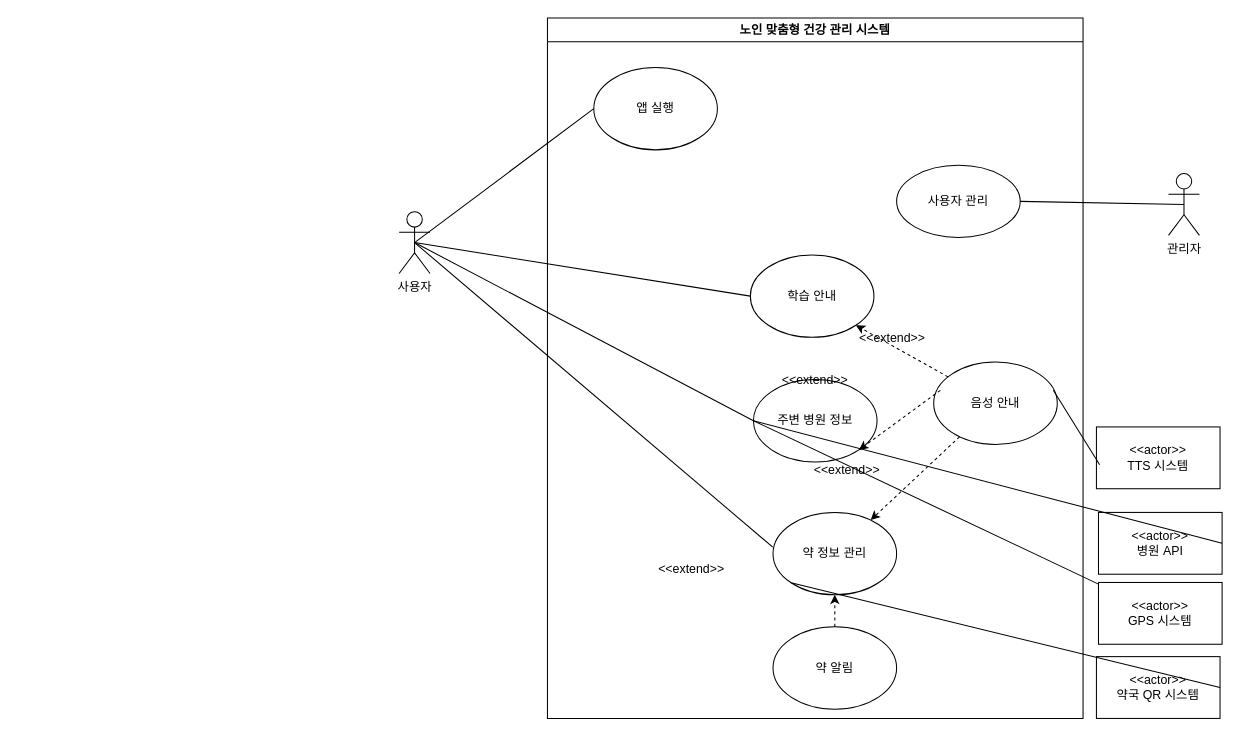
Earlier version of the draw.io diagram Untitled Diagram.drawio (wnthsk/sejujun). Source tidied: cells renumbered, new cells numbered last; positions are measured from the earlier drawing's top-left corner, leaving out a move shared by most shapes. Both pictures are drawn from the tidied source at 103%, with x=0, y=0 at pixel (399, 18).
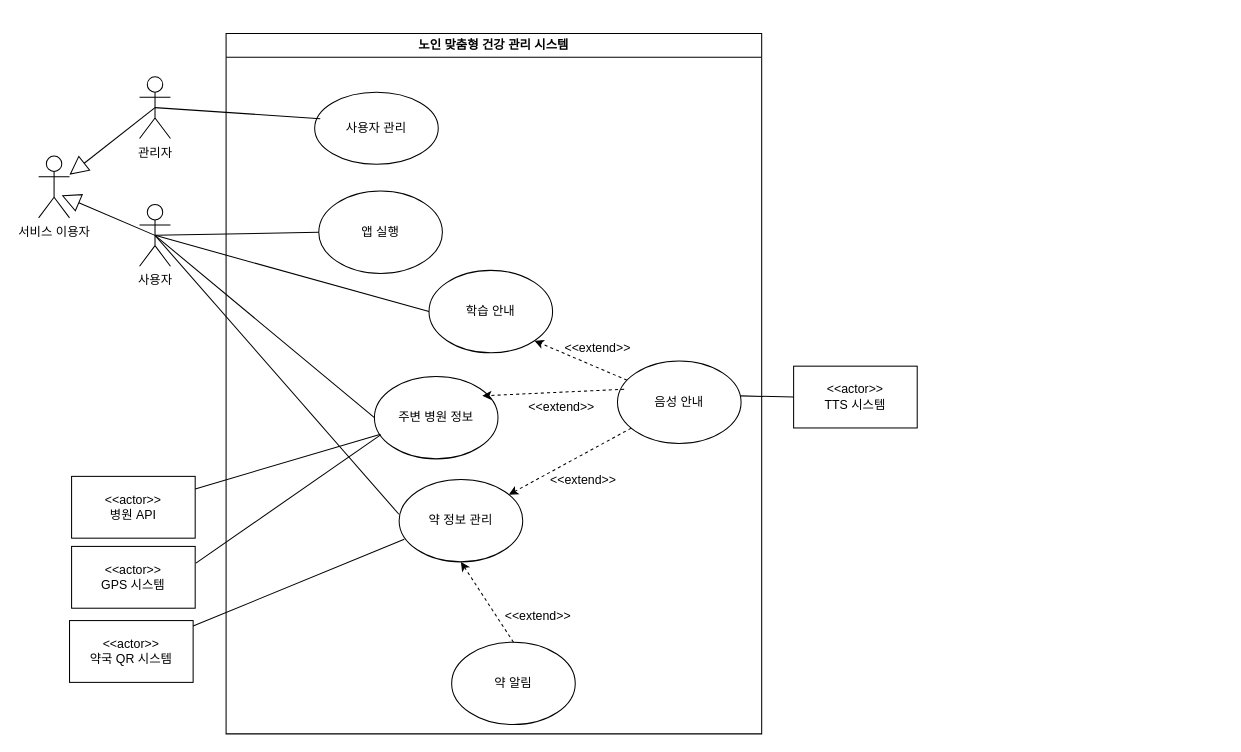
The same page after the edit.

The edit, as a diff of the source:
```diff
@@
     <mxCell id="2" value="노인 맞춤형 건강 관리 시스템" style="swimlane;whiteSpace=wrap;html=1;" parent="1" vertex="1">
-      <mxGeometry x="144" width="520" height="680" as="geometry" />
+      <mxGeometry x="-168" y="15" width="520" height="680" as="geometry" />
     </mxCell>
     <mxCell id="3" value="사용자 관리" style="ellipse;whiteSpace=wrap;html=1;" parent="2" vertex="1">
-      <mxGeometry x="339" y="143" width="120" height="70" as="geometry" />
+      <mxGeometry x="86" y="57" width="120" height="70" as="geometry" />
     </mxCell>
     <mxCell id="4" value="음성 안내" style="ellipse;whiteSpace=wrap;html=1;" parent="2" vertex="1">
-      <mxGeometry x="375" y="334" width="120" height="80" as="geometry" />
+      <mxGeometry x="380" y="318" width="120" height="80" as="geometry" />
     </mxCell>
@@
     <mxCell id="6" value="주변 병원 정보" style="ellipse;whiteSpace=wrap;html=1;" parent="2" vertex="1">
-      <mxGeometry x="200" y="351" width="120" height="80" as="geometry" />
+      <mxGeometry x="144" y="333" width="120" height="80" as="geometry" />
     </mxCell>
@@
     <mxCell id="8" value="약 정보 관리" style="ellipse;whiteSpace=wrap;html=1;" parent="2" vertex="1">
-      <mxGeometry x="219" y="480" width="120" height="80" as="geometry" />
+      <mxGeometry x="168" y="433" width="120" height="80" as="geometry" />
     </mxCell>
@@
     <mxCell id="10" value="&amp;lt;&amp;lt;extend&amp;gt;&amp;gt;" style="text;html=1;align=center;verticalAlign=middle;whiteSpace=wrap;rounded=0;" parent="2" vertex="1">
-      <mxGeometry x="110" y="520" width="60" height="30" as="geometry" />
+      <mxGeometry x="273" y="551" width="60" height="30" as="geometry" />
     </mxCell>
-    <mxCell id="11" style="endArrow=classic;html=1;rounded=0;strokeColor=default;curved=0;dashed=1;exitX=0.054;exitY=0.343;exitDx=0;exitDy=0;exitPerimeter=0;entryX=1;entryY=1;entryDx=0;entryDy=0;" parent="2" edge="1" source="4" target="6">
+    <mxCell id="11" style="endArrow=classic;html=1;rounded=0;strokeColor=default;curved=0;dashed=1;exitX=0.054;exitY=0.343;exitDx=0;exitDy=0;exitPerimeter=0;entryX=0.873;entryY=0.235;entryDx=0;entryDy=0;entryPerimeter=0;" parent="2" edge="1" source="4" target="6">
       <mxGeometry relative="1" as="geometry" />
     </mxCell>
@@
     <mxCell id="13" value="&amp;lt;&amp;lt;extend&amp;gt;&amp;gt;" style="text;html=1;align=center;verticalAlign=middle;whiteSpace=wrap;rounded=0;" parent="2" vertex="1">
-      <mxGeometry x="261" y="424" width="60" height="30" as="geometry" />
+      <mxGeometry x="317" y="419" width="60" height="30" as="geometry" />
     </mxCell>
     <mxCell id="14" value="&amp;lt;&amp;lt;extend&amp;gt;&amp;gt;" style="text;html=1;align=center;verticalAlign=middle;whiteSpace=wrap;rounded=0;" parent="2" vertex="1">
-      <mxGeometry x="230" y="337" width="60" height="30" as="geometry" />
+      <mxGeometry x="296" y="348" width="60" height="30" as="geometry" />
     </mxCell>
@@
     <mxCell id="16" value="&amp;lt;&amp;lt;extend&amp;gt;&amp;gt;" style="text;html=1;align=center;verticalAlign=middle;whiteSpace=wrap;rounded=0;" parent="2" vertex="1">
-      <mxGeometry x="305" y="296" width="60" height="30" as="geometry" />
+      <mxGeometry x="331" y="291" width="60" height="30" as="geometry" />
     </mxCell>
     <mxCell id="17" value="앱 실행" style="ellipse;whiteSpace=wrap;html=1;" parent="2" vertex="1">
-      <mxGeometry x="45" y="48" width="120" height="80" as="geometry" />
+      <mxGeometry x="90" y="153" width="120" height="80" as="geometry" />
     </mxCell>
     <mxCell id="18" value="관리자" style="shape=umlActor;verticalLabelPosition=bottom;verticalAlign=top;html=1;outlineConnect=0;" parent="1" vertex="1">
-      <mxGeometry x="747" y="151" width="30" height="60" as="geometry" />
+      <mxGeometry x="-252" y="57" width="30" height="60" as="geometry" />
     </mxCell>
     <mxCell id="19" value="&amp;lt;&amp;lt;actor&amp;gt;&amp;gt;&lt;div&gt;&lt;span style=&quot;background-color: transparent; color: light-dark(rgb(0, 0, 0), rgb(255, 255, 255));&quot;&gt;TTS 시스템&lt;/span&gt;&lt;/div&gt;" style="rounded=0;whiteSpace=wrap;html=1;" parent="1" vertex="1">
-      <mxGeometry x="677" y="397" width="120" height="60" as="geometry" />
+      <mxGeometry x="383" y="338" width="120" height="60" as="geometry" />
     </mxCell>
     <mxCell id="20" value="사용자" style="shape=umlActor;verticalLabelPosition=bottom;verticalAlign=top;html=1;outlineConnect=0;" parent="1" vertex="1">
-      <mxGeometry y="188" width="30" height="60" as="geometry" />
+      <mxGeometry x="-252" y="181" width="30" height="60" as="geometry" />
     </mxCell>
@@
-    <mxCell id="24" style="endArrow=none;html=1;rounded=0;entryX=0.5;entryY=0.5;entryDx=0;entryDy=0;entryPerimeter=0;exitX=1;exitY=0.5;exitDx=0;exitDy=0;" parent="1" edge="1" source="3" target="18">
+    <mxCell id="24" style="endArrow=none;html=1;rounded=0;entryX=0.5;entryY=0.5;entryDx=0;entryDy=0;entryPerimeter=0;exitX=0.045;exitY=0.367;exitDx=0;exitDy=0;exitPerimeter=0;" parent="1" edge="1" source="3" target="18">
       <mxGeometry relative="1" as="geometry" />
     </mxCell>
-    <mxCell id="25" style="endArrow=none;html=1;rounded=0;entryX=0.026;entryY=0.613;entryDx=0;entryDy=0;entryPerimeter=0;exitX=0.968;exitY=0.343;exitDx=0;exitDy=0;exitPerimeter=0;" parent="1" edge="1" source="4" target="19">
+    <mxCell id="25" style="endArrow=none;html=1;rounded=0;entryX=0;entryY=0.5;entryDx=0;entryDy=0;exitX=0.997;exitY=0.423;exitDx=0;exitDy=0;exitPerimeter=0;" parent="1" edge="1" source="4" target="19">
       <mxGeometry relative="1" as="geometry" />
     </mxCell>
@@
     <mxCell id="27" value="&amp;lt;&amp;lt;actor&amp;gt;&amp;gt;&lt;div&gt;&lt;span style=&quot;background-color: transparent; color: light-dark(rgb(0, 0, 0), rgb(255, 255, 255));&quot;&gt;GPS 시스템&lt;/span&gt;&lt;/div&gt;" style="rounded=0;whiteSpace=wrap;html=1;" parent="1" vertex="1">
-      <mxGeometry x="679" y="548" width="120" height="60" as="geometry" />
+      <mxGeometry x="-318" y="513" width="120" height="60" as="geometry" />
     </mxCell>
-    <mxCell id="28" style="endArrow=none;html=1;rounded=0;entryX=0;entryY=0.5;entryDx=0;entryDy=0;" parent="1" edge="1" source="27" target="6">
+    <mxCell id="28" style="endArrow=none;html=1;rounded=0;entryX=0.053;entryY=0.706;entryDx=0;entryDy=0;entryPerimeter=0;exitX=1.006;exitY=0.271;exitDx=0;exitDy=0;exitPerimeter=0;" parent="1" edge="1" source="27" target="6">
       <mxGeometry relative="1" as="geometry" />
     </mxCell>
     <mxCell id="29" value="&amp;lt;&amp;lt;actor&amp;gt;&amp;gt;&lt;div&gt;약국 QR 시스템&lt;/div&gt;" style="rounded=0;whiteSpace=wrap;html=1;" parent="1" vertex="1">
-      <mxGeometry x="677" y="620" width="120" height="60" as="geometry" />
+      <mxGeometry x="-320" y="585" width="120" height="60" as="geometry" />
     </mxCell>
-    <mxCell id="30" style="endArrow=none;html=1;rounded=0;exitX=1;exitY=0.5;exitDx=0;exitDy=0;entryX=0;entryY=1;entryDx=0;entryDy=0;" parent="1" edge="1" source="29" target="8">
+    <mxCell id="30" style="endArrow=none;html=1;rounded=0;entryX=0.042;entryY=0.725;entryDx=0;entryDy=0;entryPerimeter=0;" parent="1" edge="1" source="29" target="8">
       <mxGeometry relative="1" as="geometry" />
     </mxCell>
     <mxCell id="31" value="&amp;lt;&amp;lt;actor&amp;gt;&amp;gt;&lt;div&gt;병원 API&lt;/div&gt;" style="rounded=0;whiteSpace=wrap;html=1;" parent="1" vertex="1">
-      <mxGeometry x="679" y="480" width="120" height="60" as="geometry" />
+      <mxGeometry x="-318" y="445" width="120" height="60" as="geometry" />
     </mxCell>
-    <mxCell id="32" style="endArrow=none;html=1;rounded=0;entryX=0;entryY=0.5;entryDx=0;entryDy=0;exitX=1;exitY=0.5;exitDx=0;exitDy=0;" parent="1" edge="1" source="31" target="6">
+    <mxCell id="32" style="endArrow=none;html=1;rounded=0;" parent="1" edge="1" source="31" target="6">
       <mxGeometry relative="1" as="geometry" />
     </mxCell>
+    <mxCell id="33" style="endArrow=block;endSize=16;endFill=0;html=1;rounded=0;entryX=0.745;entryY=0.636;entryDx=0;entryDy=0;entryPerimeter=0;exitX=0.5;exitY=0.5;exitDx=0;exitDy=0;exitPerimeter=0;" parent="1" edge="1" source="20" target="35">
+      <mxGeometry relative="1" as="geometry" />
+    </mxCell>
+    <mxCell id="34" style="endArrow=block;endSize=16;endFill=0;html=1;rounded=0;exitX=0.5;exitY=0.5;exitDx=0;exitDy=0;exitPerimeter=0;" parent="1" edge="1" source="18" target="35">
+      <mxGeometry relative="1" as="geometry" />
+    </mxCell>
+    <mxCell id="35" value="서비스 이용자" style="shape=umlActor;verticalLabelPosition=bottom;verticalAlign=top;html=1;" parent="1" vertex="1">
+      <mxGeometry x="-350" y="134" width="30" height="60" as="geometry" />
+    </mxCell>
```
